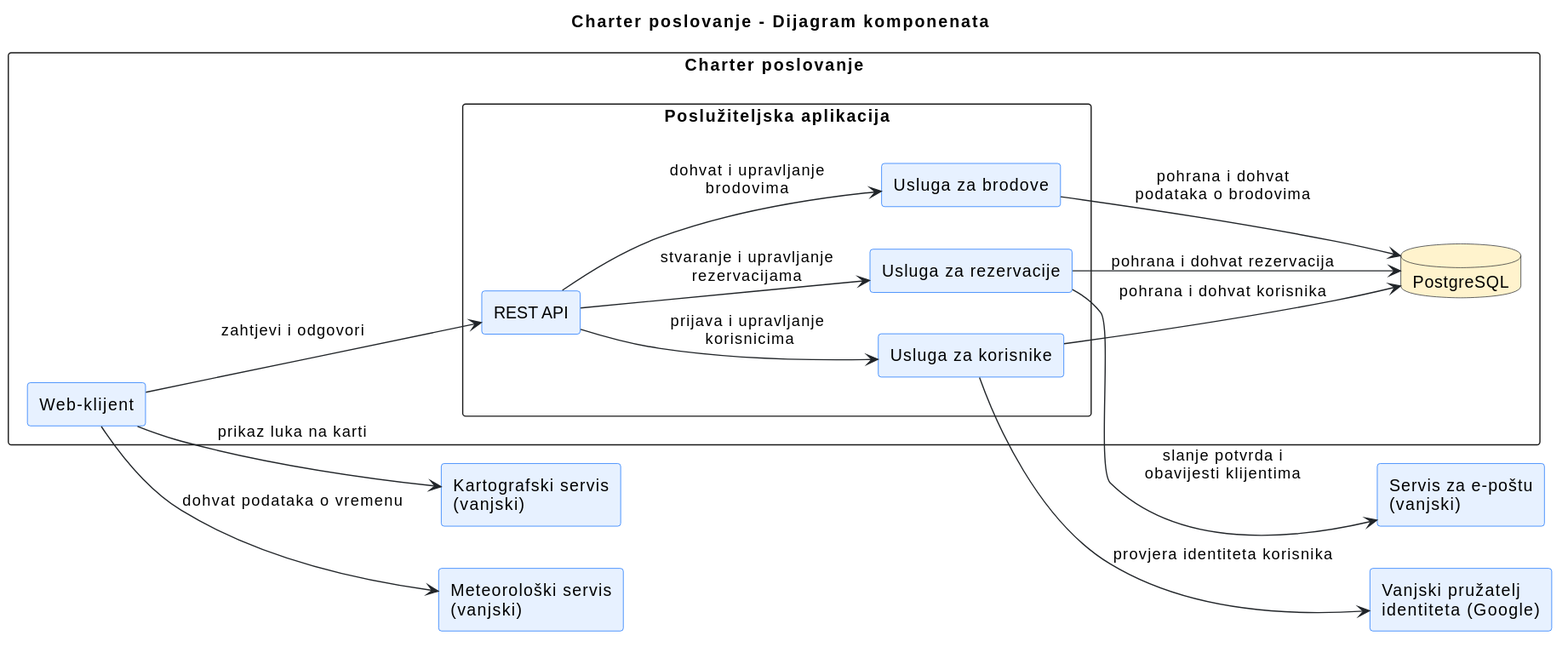
Earlier version of the PlantUML export docs/assets/diagrams/4-2-dijagram-komponenata.svg (auzelac1/PROGI_PROJEKT).
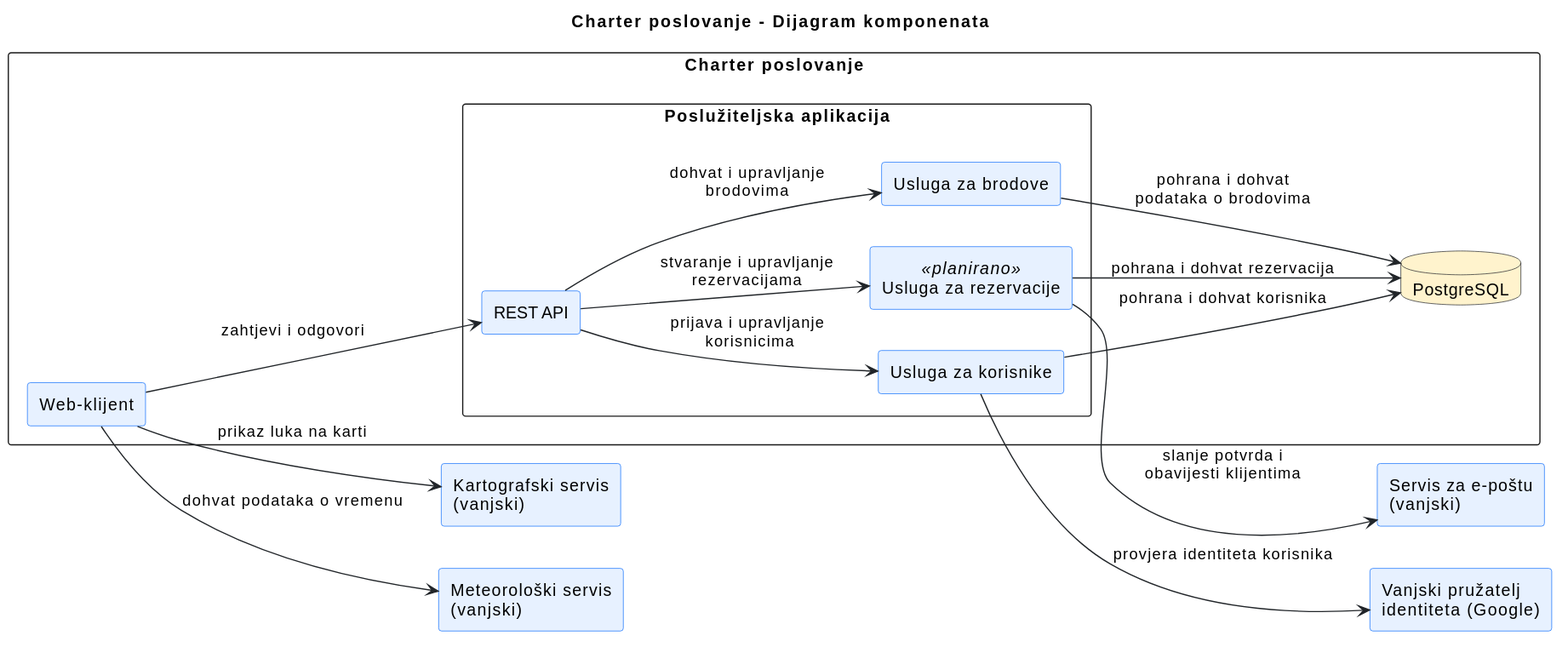
After the change.

Commit message:
dodana oznaka <<planirano>>

What changed in the source:
```diff
@@ -24,7 +24,7 @@
     rectangle "Poslužiteljska aplikacija" {
         component "REST API" as API
         component "Usluga za korisnike" as Users
-        component "Usluga za rezervacije" as Reservations
+        component "Usluga za rezervacije" <<planirano>> as Reservations
         component "Usluga za brodove" as Boats
     }
 
```
